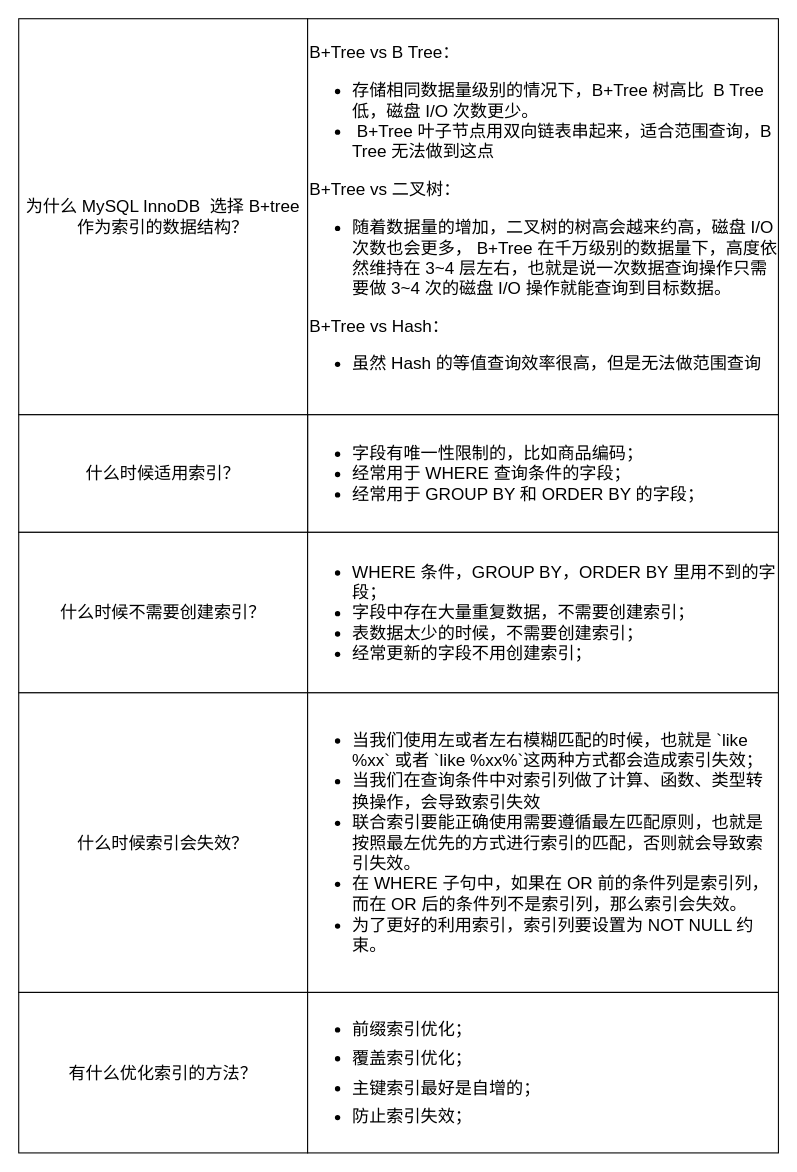
The draw.io diagram mysql/索引/索引总结.drawio in xiaolincoder/ImageHost4, before the edit. Source tidied: cells renumbered, new cells numbered last; positions are measured from the earlier drawing's top-left corner, leaving out a move shared by most shapes. Both pictures are drawn from the tidied source at 107%, with x=0, y=0 at pixel (18, 18).
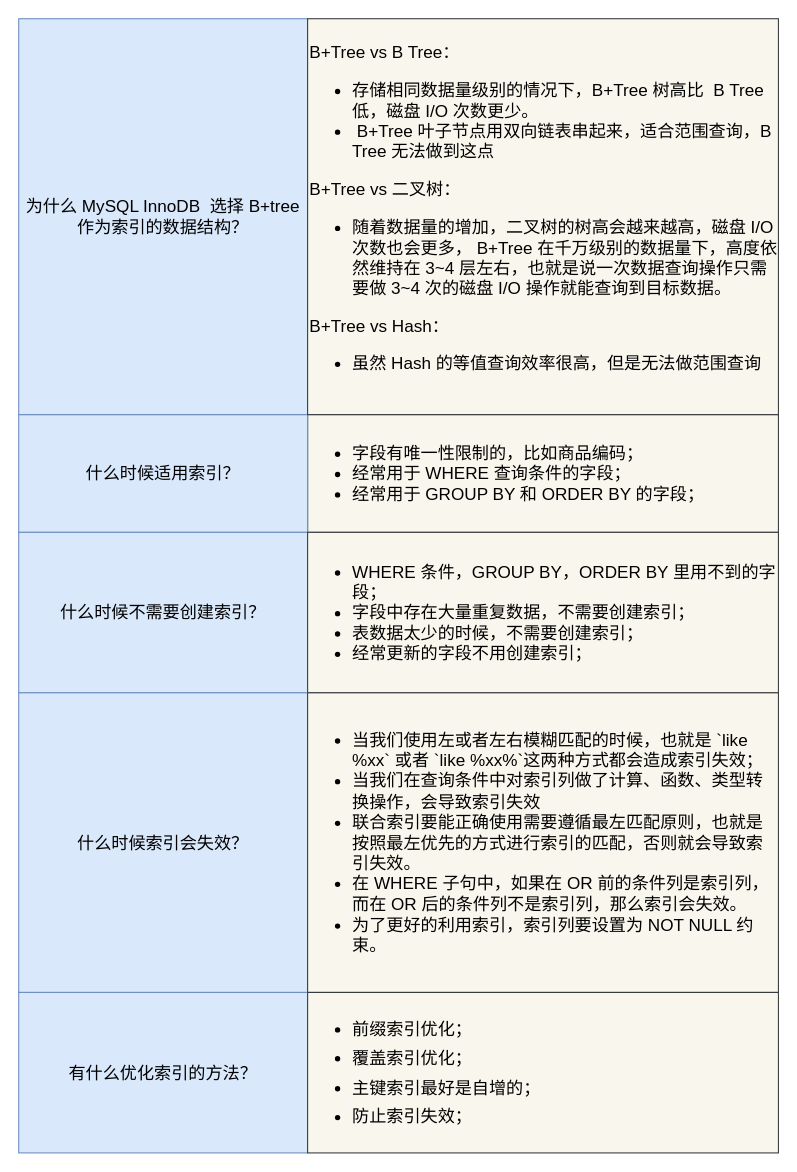
The same page after the edit.

Diff of the diagram source:
```diff
@@
 <mxGraphModel>
   <root>
     <mxCell id="0" />
     <mxCell id="1" parent="0" />
-    <mxCell id="2" value="&lt;div style=&quot;font-size: 16px;&quot;&gt;&lt;ul style=&quot;font-size: 16px;&quot;&gt;&lt;li style=&quot;font-size: 16px;&quot;&gt;字段有唯一性限制的，比如商品编码；&lt;/li&gt;&lt;li style=&quot;font-size: 16px;&quot;&gt;经常用于 WHERE 查询条件的字段；&lt;/li&gt;&lt;li style=&quot;font-size: 16px;&quot;&gt;经常用于 GROUP BY 和 ORDER BY 的字段；&lt;/li&gt;&lt;/ul&gt;&lt;/div&gt;" style="rounded=0;whiteSpace=wrap;html=1;align=left;fontSize=16;" parent="1" vertex="1">
+    <mxCell id="2" value="&lt;div style=&quot;font-size: 16px;&quot;&gt;&lt;ul style=&quot;font-size: 16px;&quot;&gt;&lt;li style=&quot;font-size: 16px;&quot;&gt;字段有唯一性限制的，比如商品编码；&lt;/li&gt;&lt;li style=&quot;font-size: 16px;&quot;&gt;经常用于 WHERE 查询条件的字段；&lt;/li&gt;&lt;li style=&quot;font-size: 16px;&quot;&gt;经常用于 GROUP BY 和 ORDER BY 的字段；&lt;/li&gt;&lt;/ul&gt;&lt;/div&gt;" style="rounded=0;whiteSpace=wrap;html=1;align=left;fontSize=16;fillColor=#f9f7ed;strokeColor=#36393d;" parent="1" vertex="1">
       <mxGeometry x="270" y="370" width="440" height="110" as="geometry" />
     </mxCell>
-    <mxCell id="3" value="什么时候适用索引？" style="rounded=0;whiteSpace=wrap;html=1;fontSize=16;" parent="1" vertex="1">
+    <mxCell id="3" value="什么时候适用索引？" style="rounded=0;whiteSpace=wrap;html=1;fontSize=16;fillColor=#dae8fc;strokeColor=#6c8ebf;" parent="1" vertex="1">
       <mxGeometry y="370" width="270" height="110" as="geometry" />
     </mxCell>
-    <mxCell id="4" value="什么时候不需要创建索引？" style="rounded=0;whiteSpace=wrap;html=1;fontSize=16;" parent="1" vertex="1">
+    <mxCell id="4" value="什么时候不需要创建索引？" style="rounded=0;whiteSpace=wrap;html=1;fontSize=16;fillColor=#dae8fc;strokeColor=#6c8ebf;" parent="1" vertex="1">
       <mxGeometry y="480" width="270" height="150" as="geometry" />
     </mxCell>
-    <mxCell id="5" value="&lt;div style=&quot;font-size: 16px;&quot;&gt;&lt;ul&gt;&lt;li&gt;WHERE 条件，GROUP BY，ORDER BY 里用不到的字段；&lt;/li&gt;&lt;li&gt;字段中存在大量重复数据，不需要创建索引；&lt;/li&gt;&lt;li&gt;表数据太少的时候，不需要创建索引；&lt;/li&gt;&lt;li&gt;经常更新的字段不用创建索引；&lt;/li&gt;&lt;/ul&gt;&lt;/div&gt;" style="rounded=0;whiteSpace=wrap;html=1;align=left;fontSize=16;" parent="1" vertex="1">
+    <mxCell id="5" value="&lt;div style=&quot;font-size: 16px;&quot;&gt;&lt;ul&gt;&lt;li&gt;WHERE 条件，GROUP BY，ORDER BY 里用不到的字段；&lt;/li&gt;&lt;li&gt;字段中存在大量重复数据，不需要创建索引；&lt;/li&gt;&lt;li&gt;表数据太少的时候，不需要创建索引；&lt;/li&gt;&lt;li&gt;经常更新的字段不用创建索引；&lt;/li&gt;&lt;/ul&gt;&lt;/div&gt;" style="rounded=0;whiteSpace=wrap;html=1;align=left;fontSize=16;fillColor=#f9f7ed;strokeColor=#36393d;" parent="1" vertex="1">
       <mxGeometry x="270" y="480" width="440" height="150" as="geometry" />
     </mxCell>
-    <mxCell id="6" value="什么时候索引会失效？" style="rounded=0;whiteSpace=wrap;html=1;fontSize=16;" parent="1" vertex="1">
+    <mxCell id="6" value="什么时候索引会失效？" style="rounded=0;whiteSpace=wrap;html=1;fontSize=16;fillColor=#dae8fc;strokeColor=#6c8ebf;" parent="1" vertex="1">
       <mxGeometry y="630" width="270" height="280" as="geometry" />
     </mxCell>
-    <mxCell id="7" value="&lt;div style=&quot;&quot;&gt;&lt;ul style=&quot;&quot;&gt;&lt;li style=&quot;&quot;&gt;&lt;span style=&quot;background-color: initial;&quot;&gt;当我们使用左或者左右模糊匹配的时候，也就是 `like %xx` 或者 `like %xx%`这两种方式都会造成索引失效；&lt;/span&gt;&lt;br&gt;&lt;/li&gt;&lt;li style=&quot;&quot;&gt;当我们在查询条件中对索引列做了计算、函数、类型转换操作，会导致索引失效&lt;/li&gt;&lt;li style=&quot;&quot;&gt;联合索引要能正确使用需要遵循最左匹配原则，也就是按照最左优先的方式进行索引的匹配，否则就会导致索引失效。&lt;/li&gt;&lt;li style=&quot;&quot;&gt;在 WHERE 子句中，如果在 OR 前的条件列是索引列，而在 OR 后的条件列不是索引列，那么索引会失效。&lt;/li&gt;&lt;li style=&quot;&quot;&gt;为了更好的利用索引，索引列要设置为 NOT NULL 约束。&lt;/li&gt;&lt;/ul&gt;&lt;/div&gt;" style="rounded=0;whiteSpace=wrap;html=1;align=left;fontSize=16;" parent="1" vertex="1">
+    <mxCell id="7" value="&lt;div style=&quot;&quot;&gt;&lt;ul style=&quot;&quot;&gt;&lt;li style=&quot;&quot;&gt;&lt;span style=&quot;background-color: initial;&quot;&gt;当我们使用左或者左右模糊匹配的时候，也就是 `like %xx` 或者 `like %xx%`这两种方式都会造成索引失效；&lt;/span&gt;&lt;br&gt;&lt;/li&gt;&lt;li style=&quot;&quot;&gt;当我们在查询条件中对索引列做了计算、函数、类型转换操作，会导致索引失效&lt;/li&gt;&lt;li style=&quot;&quot;&gt;联合索引要能正确使用需要遵循最左匹配原则，也就是按照最左优先的方式进行索引的匹配，否则就会导致索引失效。&lt;/li&gt;&lt;li style=&quot;&quot;&gt;在 WHERE 子句中，如果在 OR 前的条件列是索引列，而在 OR 后的条件列不是索引列，那么索引会失效。&lt;/li&gt;&lt;li style=&quot;&quot;&gt;为了更好的利用索引，索引列要设置为 NOT NULL 约束。&lt;/li&gt;&lt;/ul&gt;&lt;/div&gt;" style="rounded=0;whiteSpace=wrap;html=1;align=left;fontSize=16;fillColor=#f9f7ed;strokeColor=#36393d;" parent="1" vertex="1">
       <mxGeometry x="270" y="630" width="440" height="280" as="geometry" />
     </mxCell>
-    <mxCell id="8" value="有什么优化索引的方法？" style="rounded=0;whiteSpace=wrap;html=1;fontSize=16;" parent="1" vertex="1">
+    <mxCell id="8" value="有什么优化索引的方法？" style="rounded=0;whiteSpace=wrap;html=1;fontSize=16;fillColor=#dae8fc;strokeColor=#6c8ebf;" parent="1" vertex="1">
       <mxGeometry y="910" width="270" height="150" as="geometry" />
     </mxCell>
-    <mxCell id="9" value="&lt;div style=&quot;&quot;&gt;&lt;ul style=&quot;&quot;&gt;&lt;li style=&quot;box-sizing: border-box; margin: 0px; position: relative;&quot; class=&quot;md-list-item md-focus-container&quot;&gt;&lt;p style=&quot;box-sizing: border-box; line-height: inherit; orphans: 4; margin: 0px 0px 0.5rem; overflow-wrap: break-word; position: relative;&quot; class=&quot;md-end-block md-p md-focus&quot;&gt;&lt;span style=&quot;box-sizing: border-box;&quot; class=&quot;md-plain md-expand&quot;&gt;前缀索引优化；&lt;/span&gt;&lt;/p&gt;&lt;/li&gt;&lt;li style=&quot;box-sizing: border-box; margin: 0px; position: relative;&quot; class=&quot;md-list-item&quot;&gt;&lt;p style=&quot;box-sizing: border-box; line-height: inherit; orphans: 4; margin: 0px 0px 0.5rem; overflow-wrap: break-word; position: relative;&quot; class=&quot;md-end-block md-p&quot;&gt;&lt;span style=&quot;box-sizing: border-box;&quot; class=&quot;md-plain&quot;&gt;覆盖索引优化；&lt;/span&gt;&lt;/p&gt;&lt;/li&gt;&lt;li style=&quot;box-sizing: border-box; margin: 0px; position: relative;&quot; class=&quot;md-list-item&quot;&gt;&lt;p style=&quot;box-sizing: border-box; line-height: inherit; orphans: 4; margin: 0px 0px 0.5rem; overflow-wrap: break-word; position: relative;&quot; class=&quot;md-end-block md-p&quot;&gt;&lt;span style=&quot;box-sizing: border-box;&quot; class=&quot;md-plain&quot;&gt;主键索引最好是自增的；&lt;/span&gt;&lt;/p&gt;&lt;/li&gt;&lt;li style=&quot;box-sizing: border-box; margin: 0px; position: relative;&quot; class=&quot;md-list-item md-focus-container&quot;&gt;&lt;p style=&quot;box-sizing: border-box; line-height: inherit; orphans: 4; margin: 0px 0px 0.5rem; overflow-wrap: break-word; position: relative;&quot; class=&quot;md-end-block md-p md-focus&quot;&gt;&lt;span style=&quot;box-sizing: border-box;&quot; class=&quot;md-plain md-expand&quot;&gt;防止索引失效；&lt;/span&gt;&lt;/p&gt;&lt;/li&gt;&lt;/ul&gt;&lt;/div&gt;" style="rounded=0;whiteSpace=wrap;html=1;align=left;fontSize=16;" parent="1" vertex="1">
+    <mxCell id="9" value="&lt;div style=&quot;&quot;&gt;&lt;ul style=&quot;&quot;&gt;&lt;li style=&quot;box-sizing: border-box; margin: 0px; position: relative;&quot; class=&quot;md-list-item md-focus-container&quot;&gt;&lt;p style=&quot;box-sizing: border-box; line-height: inherit; orphans: 4; margin: 0px 0px 0.5rem; overflow-wrap: break-word; position: relative;&quot; class=&quot;md-end-block md-p md-focus&quot;&gt;&lt;span style=&quot;box-sizing: border-box;&quot; class=&quot;md-plain md-expand&quot;&gt;前缀索引优化；&lt;/span&gt;&lt;/p&gt;&lt;/li&gt;&lt;li style=&quot;box-sizing: border-box; margin: 0px; position: relative;&quot; class=&quot;md-list-item&quot;&gt;&lt;p style=&quot;box-sizing: border-box; line-height: inherit; orphans: 4; margin: 0px 0px 0.5rem; overflow-wrap: break-word; position: relative;&quot; class=&quot;md-end-block md-p&quot;&gt;&lt;span style=&quot;box-sizing: border-box;&quot; class=&quot;md-plain&quot;&gt;覆盖索引优化；&lt;/span&gt;&lt;/p&gt;&lt;/li&gt;&lt;li style=&quot;box-sizing: border-box; margin: 0px; position: relative;&quot; class=&quot;md-list-item&quot;&gt;&lt;p style=&quot;box-sizing: border-box; line-height: inherit; orphans: 4; margin: 0px 0px 0.5rem; overflow-wrap: break-word; position: relative;&quot; class=&quot;md-end-block md-p&quot;&gt;&lt;span style=&quot;box-sizing: border-box;&quot; class=&quot;md-plain&quot;&gt;主键索引最好是自增的；&lt;/span&gt;&lt;/p&gt;&lt;/li&gt;&lt;li style=&quot;box-sizing: border-box; margin: 0px; position: relative;&quot; class=&quot;md-list-item md-focus-container&quot;&gt;&lt;p style=&quot;box-sizing: border-box; line-height: inherit; orphans: 4; margin: 0px 0px 0.5rem; overflow-wrap: break-word; position: relative;&quot; class=&quot;md-end-block md-p md-focus&quot;&gt;&lt;span style=&quot;box-sizing: border-box;&quot; class=&quot;md-plain md-expand&quot;&gt;防止索引失效；&lt;/span&gt;&lt;/p&gt;&lt;/li&gt;&lt;/ul&gt;&lt;/div&gt;" style="rounded=0;whiteSpace=wrap;html=1;align=left;fontSize=16;fillColor=#f9f7ed;strokeColor=#36393d;" parent="1" vertex="1">
       <mxGeometry x="270" y="910" width="440" height="150" as="geometry" />
     </mxCell>
-    <mxCell id="10" value="为什么 MySQL InnoDB&amp;nbsp; 选择 B+tree 作为索引的数据结构？" style="rounded=0;whiteSpace=wrap;html=1;fontSize=16;" parent="1" vertex="1">
+    <mxCell id="10" value="为什么 MySQL InnoDB&amp;nbsp; 选择 B+tree 作为索引的数据结构？" style="rounded=0;whiteSpace=wrap;html=1;fontSize=16;fillColor=#dae8fc;strokeColor=#6c8ebf;" parent="1" vertex="1">
       <mxGeometry width="270" height="370" as="geometry" />
     </mxCell>
-    <mxCell id="11" value="&lt;div style=&quot;&quot;&gt;&lt;div style=&quot;&quot;&gt;B+Tree vs B Tree：&lt;br&gt;&lt;/div&gt;&lt;div style=&quot;&quot;&gt;&lt;ul&gt;&lt;li&gt;存储相同数据量级别的情况下，B+Tree 树高比&amp;nbsp;&amp;nbsp;B Tree 低，磁盘 I/O 次数更少。&lt;/li&gt;&lt;li&gt;&amp;nbsp;B+Tree 叶子节点用双向链表串起来，适合范围查询，B Tree 无法做到这点&lt;/li&gt;&lt;/ul&gt;&lt;div&gt;B+Tree vs 二叉树：&lt;/div&gt;&lt;div&gt;&lt;ul&gt;&lt;li&gt;随着数据量的增加，二叉树的树高会越来约高，磁盘 I/O 次数也会更多，&amp;nbsp;B+Tree 在千万级别的数据量下，高度依然维持在 3~4 层左右，也就是说一次数据查询操作只需要做 3~4 次的磁盘 I/O 操作就能查询到目标数据。&lt;br&gt;&lt;/li&gt;&lt;/ul&gt;&lt;div&gt;B+Tree vs Hash：&lt;br&gt;&lt;/div&gt;&lt;/div&gt;&lt;div&gt;&lt;ul&gt;&lt;li&gt;虽然 Hash 的等值查询效率很高，但是无法做范围查询&lt;/li&gt;&lt;/ul&gt;&lt;/div&gt;&lt;/div&gt;&lt;/div&gt;" style="rounded=0;whiteSpace=wrap;html=1;align=left;fontSize=16;" parent="1" vertex="1">
+    <mxCell id="11" value="&lt;div style=&quot;&quot;&gt;&lt;div style=&quot;&quot;&gt;B+Tree vs B Tree：&lt;br&gt;&lt;/div&gt;&lt;div style=&quot;&quot;&gt;&lt;ul&gt;&lt;li&gt;存储相同数据量级别的情况下，B+Tree 树高比&amp;nbsp;&amp;nbsp;B Tree 低，磁盘 I/O 次数更少。&lt;/li&gt;&lt;li&gt;&amp;nbsp;B+Tree 叶子节点用双向链表串起来，适合范围查询，B Tree 无法做到这点&lt;/li&gt;&lt;/ul&gt;&lt;div&gt;B+Tree vs 二叉树：&lt;/div&gt;&lt;div&gt;&lt;ul&gt;&lt;li&gt;随着数据量的增加，二叉树的树高会越来越高，磁盘 I/O 次数也会更多，&amp;nbsp;B+Tree 在千万级别的数据量下，高度依然维持在 3~4 层左右，也就是说一次数据查询操作只需要做 3~4 次的磁盘 I/O 操作就能查询到目标数据。&lt;br&gt;&lt;/li&gt;&lt;/ul&gt;&lt;div&gt;B+Tree vs Hash：&lt;br&gt;&lt;/div&gt;&lt;/div&gt;&lt;div&gt;&lt;ul&gt;&lt;li&gt;虽然 Hash 的等值查询效率很高，但是无法做范围查询&lt;/li&gt;&lt;/ul&gt;&lt;/div&gt;&lt;/div&gt;&lt;/div&gt;" style="rounded=0;whiteSpace=wrap;html=1;align=left;fontSize=16;fillColor=#f9f7ed;strokeColor=#36393d;" parent="1" vertex="1">
       <mxGeometry x="270" width="440" height="370" as="geometry" />
     </mxCell>
   </root>
 </mxGraphModel>
```
